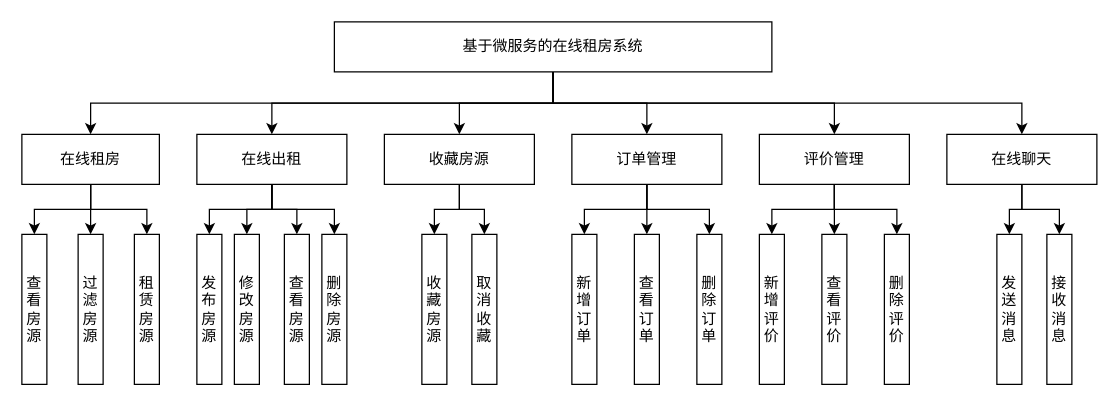
This is page "系统功能结构图" (6 of 7) of 系统功能列表.drawio from CQUT-yingyan-ZTJ/images, a draw.io file, before an edit. Source tidied: cells renumbered, new cells numbered last; positions are measured from the earlier drawing's top-left corner, leaving out a move shared by most shapes. Both pictures are drawn from the tidied source at 125%, with x=0, y=0 at pixel (21, 21).
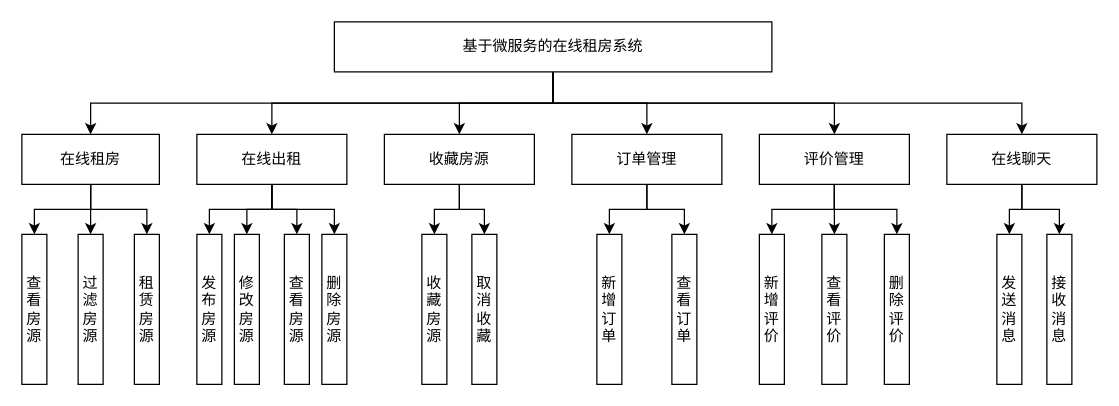
The same diagram, later.

Commit message:
更新系统功能列表.drawio

Unchanged cells that the change refers to:
```xml
<mxCell id="24" value="订单管理" style="rounded=0;whiteSpace=wrap;html=1;" parent="1" vertex="1">
  <mxGeometry x="440" y="90" width="120" height="40" as="geometry" />
</mxCell>
```

Diff of the diagram source:
```diff
@@
-    <mxCell id="23" style="edgeStyle=orthogonalEdgeStyle;rounded=0;jettySize=auto;html=1;exitX=0.5;exitY=1;exitDx=0;exitDy=0;entryX=0.5;entryY=0;entryDx=0;entryDy=0;" parent="1" edge="1" source="24" target="43">
-      <mxGeometry relative="1" as="geometry" />
-    </mxCell>
@@
     <mxCell id="41" value="新增订单" style="rounded=0;whiteSpace=wrap;html=1;horizontal=1;verticalAlign=middle;" parent="1" vertex="1">
-      <mxGeometry x="440" y="170" width="20" height="120" as="geometry" />
+      <mxGeometry x="460" y="170" width="20" height="120" as="geometry" />
     </mxCell>
     <mxCell id="42" value="查看订单" style="rounded=0;whiteSpace=wrap;html=1;horizontal=1;verticalAlign=middle;" parent="1" vertex="1">
-      <mxGeometry x="490" y="170" width="20" height="120" as="geometry" />
+      <mxGeometry x="520" y="170" width="20" height="120" as="geometry" />
     </mxCell>
-    <mxCell id="43" value="删除订单" style="rounded=0;whiteSpace=wrap;html=1;horizontal=1;verticalAlign=middle;" parent="1" vertex="1">
-      <mxGeometry x="540" y="170" width="20" height="120" as="geometry" />
-    </mxCell>
```
